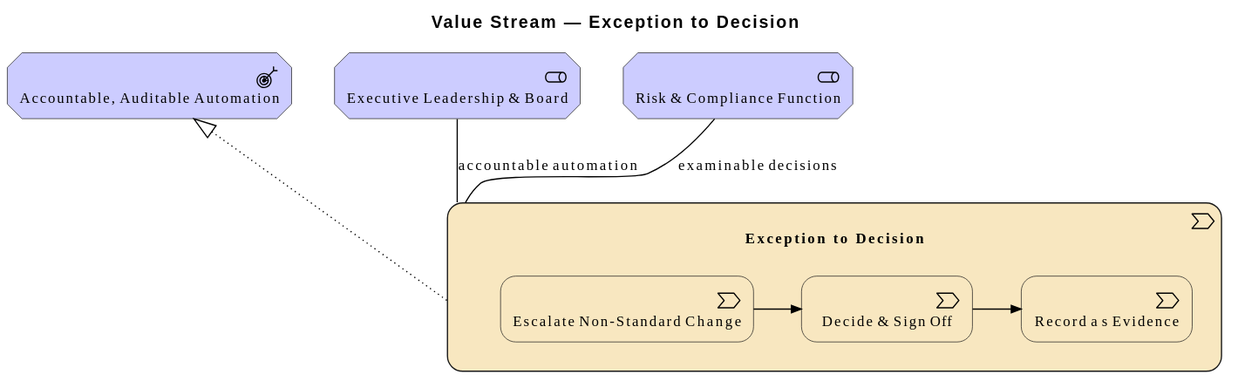
Above: architecture/model/diagrams/vision/6c-exception-to-decision.svg in wolffy-au/frictionless-architect (PlantUML), before the change.
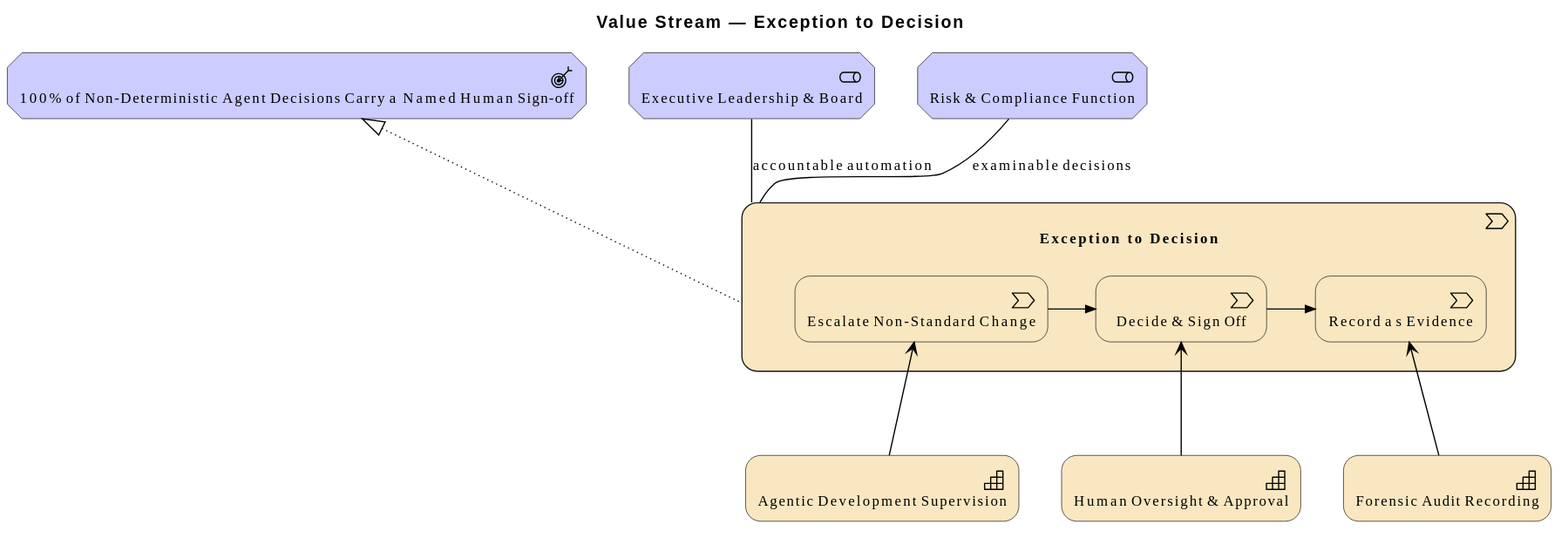
Above is the later version.

The edit, as a diff of the source:
```diff
@@ -5,7 +5,10 @@
 
 Motivation_Stakeholder(e_id19419ed668d556, "Executive Leadership & Board")
 Motivation_Stakeholder(e_id133bbac4b3e450, "Risk & Compliance Function")
-Motivation_Outcome(e_ide8275430b0ad5e, "Accountable, Auditable Automation")
+Motivation_Outcome(e_id872d0a441b6453, "100% of Non-Deterministic Agent Decisions Carry a Named Human Sign-off")
+Strategy_Capability(e_id4a1c34ab69d151, "Agentic Development Supervision")
+Strategy_Capability(e_idc29413a2099958, "Forensic Audit Recording")
+Strategy_Capability(e_id08f340a094e552, "Human Oversight & Approval")
 Strategy_ValueStream(e_idc55b78731ffe56, "Exception to Decision") {
   Strategy_ValueStream(e_id57940702bdfc58, "Escalate Non-Standard Change")
   Strategy_ValueStream(e_id2d06864964375b, "Decide & Sign Off")
@@ -14,7 +17,10 @@
 
 Rel_Association(e_id19419ed668d556, e_idc55b78731ffe56, "accountable automation")
 Rel_Association(e_id133bbac4b3e450, e_idc55b78731ffe56, "examinable decisions")
-Rel_Realization_Up(e_idc55b78731ffe56, e_ide8275430b0ad5e, "")
+Rel_Realization_Up(e_idc55b78731ffe56, e_id872d0a441b6453, "")
+Rel_Serving_Up(e_id4a1c34ab69d151, e_id57940702bdfc58, "")
+Rel_Serving_Up(e_id08f340a094e552, e_id2d06864964375b, "")
+Rel_Serving_Up(e_idc29413a2099958, e_iddef15dd937ce53, "")
 Rel_Triggering_Right(e_id57940702bdfc58, e_id2d06864964375b, "")
 Rel_Triggering_Right(e_id2d06864964375b, e_iddef15dd937ce53, "")
 @enduml
```
